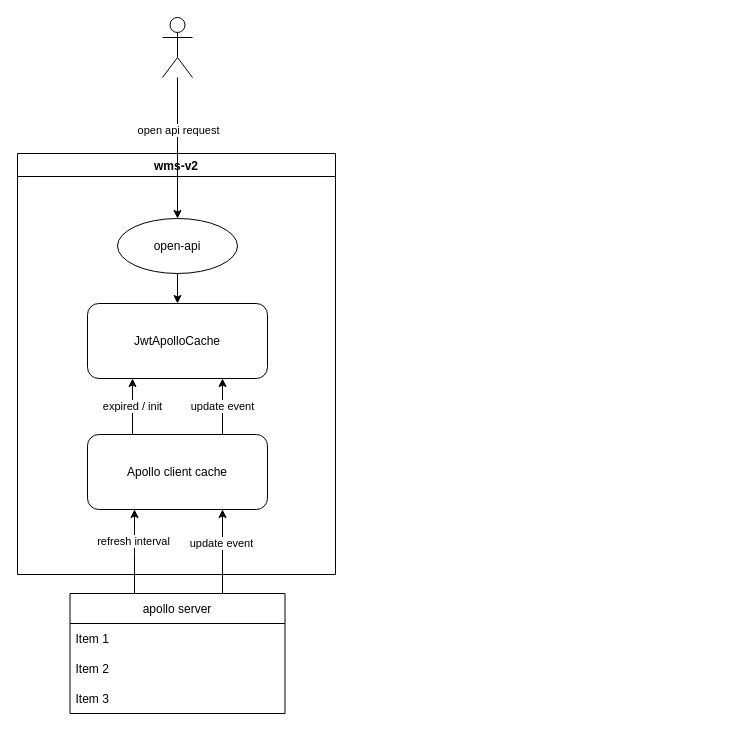
yindongjun/drawio-2 keeps this draw.io diagram as jwt-new-desc.drawio. Above is the earlier version. Source tidied: cells renumbered, new cells numbered last; positions are measured from the earlier drawing's top-left corner, leaving out a move shared by most shapes. Both pictures are drawn from the tidied source at 100%, with x=0, y=0 at pixel (17, 17).
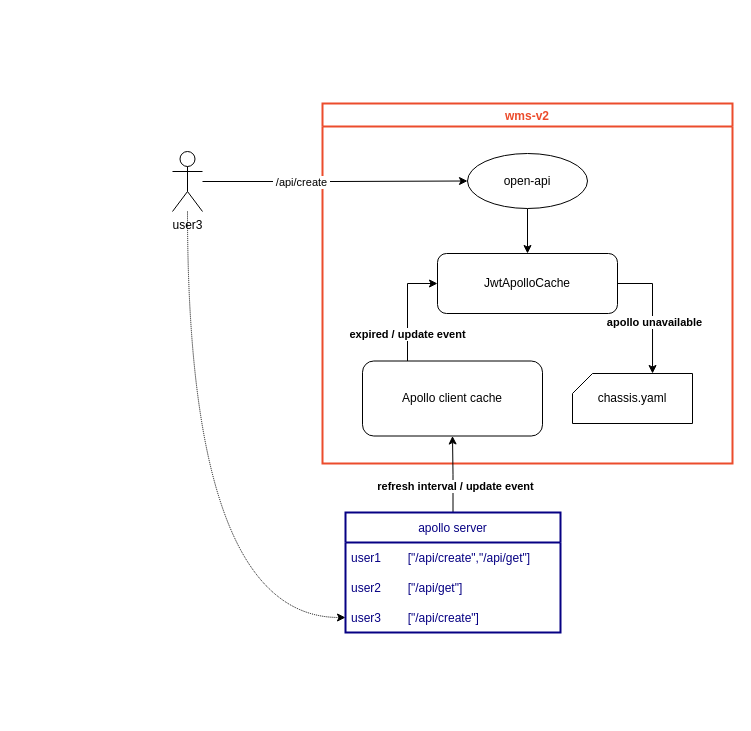
The same page after the edit.

Change to the diagram source:
```diff
@@
-    <mxCell id="2" value="wms-v2" style="swimlane;startSize=23;" parent="1" vertex="1">
-      <mxGeometry y="136" width="318" height="421" as="geometry" />
+    <mxCell id="2" value="wms-v2" style="swimlane;startSize=23;strokeColor=#EC4C2C;fontColor=#EC4C2C;strokeWidth=2;" parent="1" vertex="1">
+      <mxGeometry x="305" y="86" width="410" height="360" as="geometry" />
     </mxCell>
-    <mxCell id="3" value="expired / init" style="edgeStyle=orthogonalEdgeStyle;rounded=0;jettySize=auto;html=1;exitX=0.25;exitY=0;exitDx=0;exitDy=0;entryX=0.25;entryY=1;entryDx=0;entryDy=0;" parent="2" edge="1" source="5" target="8">
-      <mxGeometry relative="1" as="geometry" />
-    </mxCell>
-    <mxCell id="4" value="update event" style="edgeStyle=orthogonalEdgeStyle;rounded=0;jettySize=auto;html=1;exitX=0.75;exitY=0;exitDx=0;exitDy=0;entryX=0.75;entryY=1;entryDx=0;entryDy=0;" parent="2" edge="1" source="5" target="8">
-      <mxGeometry relative="1" as="geometry" />
-    </mxCell>
+    <mxCell id="20" value="expired / update event" style="edgeStyle=orthogonalEdgeStyle;rounded=0;jettySize=auto;html=1;exitX=0.25;exitY=0;exitDx=0;exitDy=0;entryX=0;entryY=0.5;entryDx=0;entryDy=0;fontColor=#000000;fontStyle=1;" parent="2" edge="1" source="5" target="8">
+      <mxGeometry x="-0.49" relative="1" as="geometry" />
+    </mxCell>
     <mxCell id="5" value="Apollo client cache" style="rounded=1;whiteSpace=wrap;html=1;" parent="2" vertex="1">
-      <mxGeometry x="70" y="281" width="180" height="75" as="geometry" />
+      <mxGeometry x="40" y="257.5" width="180" height="75" as="geometry" />
     </mxCell>
@@
     <mxCell id="7" value="open-api" style="ellipse;whiteSpace=wrap;html=1;" parent="2" vertex="1">
-      <mxGeometry x="100" y="65" width="120" height="55" as="geometry" />
+      <mxGeometry x="145" y="50" width="120" height="55" as="geometry" />
     </mxCell>
+    <mxCell id="21" style="edgeStyle=orthogonalEdgeStyle;rounded=0;jettySize=auto;html=1;exitX=1;exitY=0.5;exitDx=0;exitDy=0;entryX=0.667;entryY=0;entryDx=0;entryDy=0;entryPerimeter=0;fontColor=#000000;" parent="2" edge="1" source="8" target="23">
+      <mxGeometry relative="1" as="geometry" />
+    </mxCell>
+    <mxCell id="22" value="apollo unavailable" style="edgeLabel;html=1;align=center;verticalAlign=middle;fontColor=#000000;fontStyle=1;" parent="21" vertex="1">
+      <mxGeometry x="0.18" y="1" relative="1" as="geometry" />
+    </mxCell>
     <mxCell id="8" value="JwtApolloCache" style="rounded=1;whiteSpace=wrap;html=1;" parent="2" vertex="1">
-      <mxGeometry x="70" y="150" width="180" height="75" as="geometry" />
+      <mxGeometry x="115" y="150" width="180" height="60" as="geometry" />
     </mxCell>
-    <mxCell id="9" style="edgeStyle=orthogonalEdgeStyle;rounded=0;orthogonalLoop=1;jettySize=auto;html=1;exitX=0.5;exitY=0;exitDx=0;exitDy=0;entryX=0.5;entryY=1;entryDx=0;entryDy=0;" parent="2" edge="1">
-      <mxGeometry relative="1" as="geometry">
-        <mxPoint x="117" y="440" as="sourcePoint" />
-        <mxPoint x="117" y="356" as="targetPoint" />
-        <Array as="points">
-          <mxPoint x="117" y="400" />
-          <mxPoint x="117" y="400" />
-        </Array>
-      </mxGeometry>
-    </mxCell>
-    <mxCell id="10" value="refresh interval" style="edgeLabel;html=1;align=center;verticalAlign=middle;" parent="9" vertex="1">
-      <mxGeometry x="0.27" y="2" relative="1" as="geometry" />
-    </mxCell>
-    <mxCell id="11" value="apollo server" style="swimlane;fontStyle=0;horizontal=1;startSize=30;" parent="1" vertex="1">
-      <mxGeometry x="52.5" y="576" width="215" height="120" as="geometry" />
-    </mxCell>
-    <mxCell id="12" value="Item 1" style="text;strokeColor=none;fillColor=none;align=left;verticalAlign=middle;spacingLeft=4;spacingRight=4;overflow=hidden;" parent="11" vertex="1">
-      <mxGeometry y="30" width="215" height="30" as="geometry" />
-    </mxCell>
-    <mxCell id="13" value="Item 2" style="text;strokeColor=none;fillColor=none;align=left;verticalAlign=middle;spacingLeft=4;spacingRight=4;overflow=hidden;" parent="11" vertex="1">
-      <mxGeometry y="60" width="215" height="30" as="geometry" />
-    </mxCell>
-    <mxCell id="14" value="Item 3" style="text;strokeColor=none;fillColor=none;align=left;verticalAlign=middle;spacingLeft=4;spacingRight=4;overflow=hidden;" parent="11" vertex="1">
-      <mxGeometry y="90" width="215" height="30" as="geometry" />
-    </mxCell>
+    <mxCell id="23" value="chassis.yaml" style="shape=card;whiteSpace=wrap;html=1;size=20;" parent="2" vertex="1">
+      <mxGeometry x="250" y="270" width="120" height="50" as="geometry" />
+    </mxCell>
-    <mxCell id="15" style="edgeStyle=orthogonalEdgeStyle;rounded=0;jettySize=auto;html=1;" parent="1" edge="1" source="17" target="7">
+    <mxCell id="15" style="edgeStyle=orthogonalEdgeStyle;rounded=0;jettySize=auto;html=1;entryX=0;entryY=0.5;entryDx=0;entryDy=0;" parent="1" edge="1" source="17" target="7">
       <mxGeometry relative="1" as="geometry" />
     </mxCell>
-    <mxCell id="16" value="open api request" style="edgeLabel;html=1;align=center;verticalAlign=middle;" parent="15" vertex="1">
+    <mxCell id="16" value="&amp;nbsp;/api/create&amp;nbsp;" style="edgeLabel;html=1;align=center;verticalAlign=middle;" parent="15" vertex="1">
       <mxGeometry x="-0.26" relative="1" as="geometry" />
     </mxCell>
+    <mxCell id="24" style="edgeStyle=orthogonalEdgeStyle;jettySize=auto;html=1;fontColor=#000000;curved=1;dashed=1;dashPattern=1 1;" parent="1" edge="1" source="17" target="28">
+      <mxGeometry relative="1" as="geometry" />
+    </mxCell>
-    <mxCell id="17" style="shape=umlActor;verticalLabelPosition=bottom;verticalAlign=top;html=1;outlineConnect=0;" parent="1" vertex="1">
-      <mxGeometry x="145" width="30" height="60" as="geometry" />
+    <mxCell id="17" value="user3" style="shape=umlActor;verticalLabelPosition=bottom;verticalAlign=top;html=1;outlineConnect=0;" parent="1" vertex="1">
+      <mxGeometry x="155" y="134" width="30" height="60" as="geometry" />
     </mxCell>
-    <mxCell id="18" style="edgeStyle=orthogonalEdgeStyle;rounded=0;jettySize=auto;html=1;exitX=0.75;exitY=0;exitDx=0;exitDy=0;entryX=0.75;entryY=1;entryDx=0;entryDy=0;" parent="1" edge="1" source="11" target="5">
-      <mxGeometry relative="1" as="geometry">
-        <Array as="points">
-          <mxPoint x="205" y="576" />
-        </Array>
-      </mxGeometry>
+    <mxCell id="18" style="edgeStyle=orthogonalEdgeStyle;rounded=0;jettySize=auto;html=1;exitX=0.5;exitY=0;exitDx=0;exitDy=0;fontColor=#EC4C2C;" parent="1" edge="1" source="11" target="5">
+      <mxGeometry relative="1" as="geometry" />
     </mxCell>
-    <mxCell id="19" value="update event" style="edgeLabel;html=1;align=center;verticalAlign=middle;" parent="18" vertex="1">
-      <mxGeometry x="0.27" y="2" relative="1" as="geometry" />
-    </mxCell>
+    <mxCell id="25" value="&lt;font color=&quot;#000000&quot;&gt;refresh interval / update event&lt;/font&gt;" style="edgeLabel;html=1;align=center;verticalAlign=middle;fontColor=#EC4C2C;horizontal=1;fontStyle=1;" parent="18" vertex="1">
+      <mxGeometry x="-0.29" y="-1" relative="1" as="geometry">
+        <mxPoint x="1" as="offset" />
+      </mxGeometry>
+    </mxCell>
+    <mxCell id="11" value="apollo server" style="swimlane;fontStyle=0;horizontal=1;startSize=30;strokeColor=#060083;strokeWidth=2;fontColor=#060083;" parent="1" vertex="1">
+      <mxGeometry x="328" y="495" width="215" height="120" as="geometry" />
+    </mxCell>
+    <mxCell id="26" value="user1        [&quot;/api/create&quot;,&quot;/api/get&quot;]" style="text;strokeColor=none;fillColor=none;align=left;verticalAlign=middle;spacingLeft=4;spacingRight=4;overflow=hidden;fontColor=#060083;" parent="11" vertex="1">
+      <mxGeometry y="30" width="215" height="30" as="geometry" />
+    </mxCell>
+    <mxCell id="27" value="user2        [&quot;/api/get&quot;]" style="text;strokeColor=none;fillColor=none;align=left;verticalAlign=middle;spacingLeft=4;spacingRight=4;overflow=hidden;fontColor=#060083;" parent="11" vertex="1">
+      <mxGeometry y="60" width="215" height="30" as="geometry" />
+    </mxCell>
+    <mxCell id="28" value="user3        [&quot;/api/create&quot;]" style="text;strokeColor=none;fillColor=none;align=left;verticalAlign=middle;spacingLeft=4;spacingRight=4;overflow=hidden;points=[[0,0.5],[1,0.5]];portConstraint=eastwest;fontColor=#060083;" parent="11" vertex="1">
+      <mxGeometry y="90" width="215" height="30" as="geometry" />
+    </mxCell>
```
